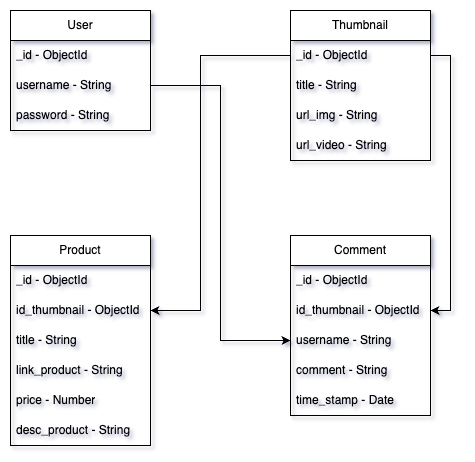
mpsalunggg/FinalTerm-TokpedPlay-BE keeps this draw.io diagram as public/Skema_Database.png. Above is the earlier version. Source tidied: cells renumbered, new cells last; positions are measured from the earlier drawing's top-left corner, leaving out a move shared by most shapes.
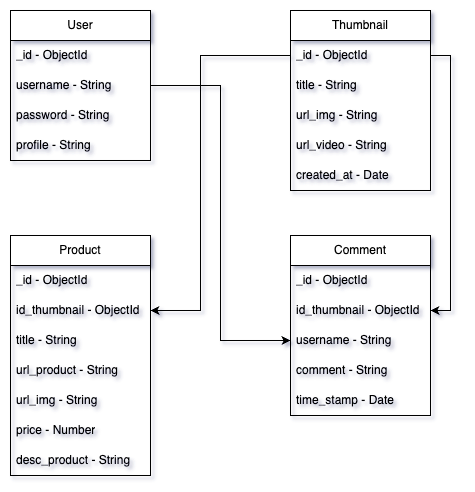
Later version of the same file.

Commit message:
add: database schema image

Diff of the diagram source:
```diff
@@ -3,7 +3,7 @@
     <mxCell id="0" />
     <mxCell id="1" parent="0" />
     <mxCell id="2" value="User" style="swimlane;fontStyle=0;horizontal=1;startSize=30;whiteSpace=wrap;html=1;" parent="1" vertex="1">
-      <mxGeometry width="140" height="120" as="geometry" />
+      <mxGeometry width="140" height="150" as="geometry" />
     </mxCell>
     <mxCell id="3" value="_id - ObjectId" style="text;strokeColor=none;fillColor=none;align=left;verticalAlign=middle;spacingLeft=4;spacingRight=4;overflow=hidden;whiteSpace=wrap;html=1;" parent="2" vertex="1">
       <mxGeometry y="30" width="140" height="30" as="geometry" />
@@ -14,8 +14,11 @@
     <mxCell id="5" value="password - String" style="text;strokeColor=none;fillColor=none;align=left;verticalAlign=middle;spacingLeft=4;spacingRight=4;overflow=hidden;whiteSpace=wrap;html=1;" parent="2" vertex="1">
       <mxGeometry y="90" width="140" height="30" as="geometry" />
     </mxCell>
+    <mxCell id="27" value="profile - String" style="text;strokeColor=none;fillColor=none;align=left;verticalAlign=middle;spacingLeft=4;spacingRight=4;overflow=hidden;whiteSpace=wrap;html=1;" parent="2" vertex="1">
+      <mxGeometry y="120" width="140" height="30" as="geometry" />
+    </mxCell>
     <mxCell id="6" value="Thumbnail" style="swimlane;fontStyle=0;horizontal=1;startSize=30;whiteSpace=wrap;html=1;" parent="1" vertex="1">
-      <mxGeometry x="280" width="140" height="150" as="geometry" />
+      <mxGeometry x="280" width="140" height="180" as="geometry" />
     </mxCell>
     <mxCell id="7" value="_id - ObjectId" style="text;strokeColor=none;fillColor=none;align=left;verticalAlign=middle;spacingLeft=4;spacingRight=4;overflow=hidden;points=[[0,0.5],[1,0.5]];portConstraint=eastwest;whiteSpace=wrap;html=1;" parent="6" vertex="1">
       <mxGeometry y="30" width="140" height="30" as="geometry" />
@@ -29,8 +32,11 @@
     <mxCell id="10" value="url_video - String" style="text;strokeColor=none;fillColor=none;align=left;verticalAlign=middle;spacingLeft=4;spacingRight=4;overflow=hidden;whiteSpace=wrap;html=1;" parent="6" vertex="1">
       <mxGeometry y="120" width="140" height="30" as="geometry" />
     </mxCell>
+    <mxCell id="28" value="created_at - Date" style="text;strokeColor=none;fillColor=none;align=left;verticalAlign=middle;spacingLeft=4;spacingRight=4;overflow=hidden;whiteSpace=wrap;html=1;" parent="6" vertex="1">
+      <mxGeometry y="150" width="140" height="30" as="geometry" />
+    </mxCell>
     <mxCell id="11" value="Product" style="swimlane;fontStyle=0;horizontal=1;startSize=30;whiteSpace=wrap;html=1;" parent="1" vertex="1">
-      <mxGeometry y="225" width="140" height="210" as="geometry" />
+      <mxGeometry y="225" width="140" height="240" as="geometry" />
     </mxCell>
     <mxCell id="12" value="_id - ObjectId" style="text;strokeColor=none;fillColor=none;align=left;verticalAlign=middle;spacingLeft=4;spacingRight=4;overflow=hidden;whiteSpace=wrap;html=1;" parent="11" vertex="1">
       <mxGeometry y="30" width="140" height="30" as="geometry" />
@@ -41,14 +47,17 @@
     <mxCell id="14" value="title - String" style="text;strokeColor=none;fillColor=none;align=left;verticalAlign=middle;spacingLeft=4;spacingRight=4;overflow=hidden;whiteSpace=wrap;html=1;" parent="11" vertex="1">
       <mxGeometry y="90" width="140" height="30" as="geometry" />
     </mxCell>
-    <mxCell id="15" value="link_product - String" style="text;strokeColor=none;fillColor=none;align=left;verticalAlign=middle;spacingLeft=4;spacingRight=4;overflow=hidden;whiteSpace=wrap;html=1;" parent="11" vertex="1">
+    <mxCell id="15" value="url_product - String" style="text;strokeColor=none;fillColor=none;align=left;verticalAlign=middle;spacingLeft=4;spacingRight=4;overflow=hidden;whiteSpace=wrap;html=1;" parent="11" vertex="1">
       <mxGeometry y="120" width="140" height="30" as="geometry" />
     </mxCell>
+    <mxCell id="29" value="url_img - String" style="text;strokeColor=none;fillColor=none;align=left;verticalAlign=middle;spacingLeft=4;spacingRight=4;overflow=hidden;whiteSpace=wrap;html=1;" parent="11" vertex="1">
+      <mxGeometry y="150" width="140" height="30" as="geometry" />
+    </mxCell>
     <mxCell id="16" value="price - Number" style="text;strokeColor=none;fillColor=none;align=left;verticalAlign=middle;spacingLeft=4;spacingRight=4;overflow=hidden;whiteSpace=wrap;html=1;" parent="11" vertex="1">
-      <mxGeometry y="150" width="140" height="30" as="geometry" />
+      <mxGeometry y="180" width="140" height="30" as="geometry" />
     </mxCell>
     <mxCell id="17" value="desc_product - String" style="text;strokeColor=none;fillColor=none;align=left;verticalAlign=middle;spacingLeft=4;spacingRight=4;overflow=hidden;whiteSpace=wrap;html=1;" parent="11" vertex="1">
-      <mxGeometry y="180" width="140" height="30" as="geometry" />
+      <mxGeometry y="210" width="140" height="30" as="geometry" />
     </mxCell>
     <mxCell id="18" value="Comment" style="swimlane;fontStyle=0;horizontal=1;startSize=30;whiteSpace=wrap;html=1;" parent="1" vertex="1">
       <mxGeometry x="280" y="225" width="140" height="180" as="geometry" />
```
